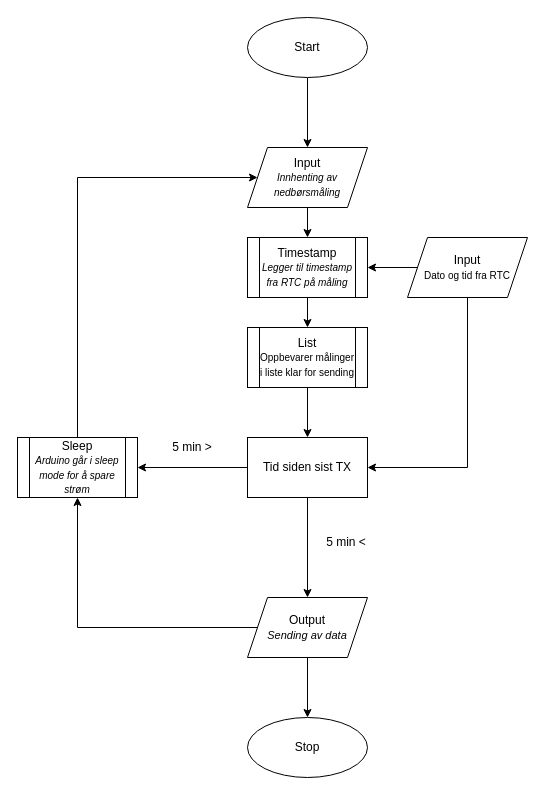
This is skisseArduinoSender.drawio from ring-jostein/rainSensorNetwork, a draw.io file, before an edit. Source tidied: cells renumbered, new cells numbered last; positions are measured from the earlier drawing's top-left corner, leaving out a move shared by most shapes. Both pictures are drawn from the tidied source at 100%, with x=0, y=0 at pixel (17, 17).
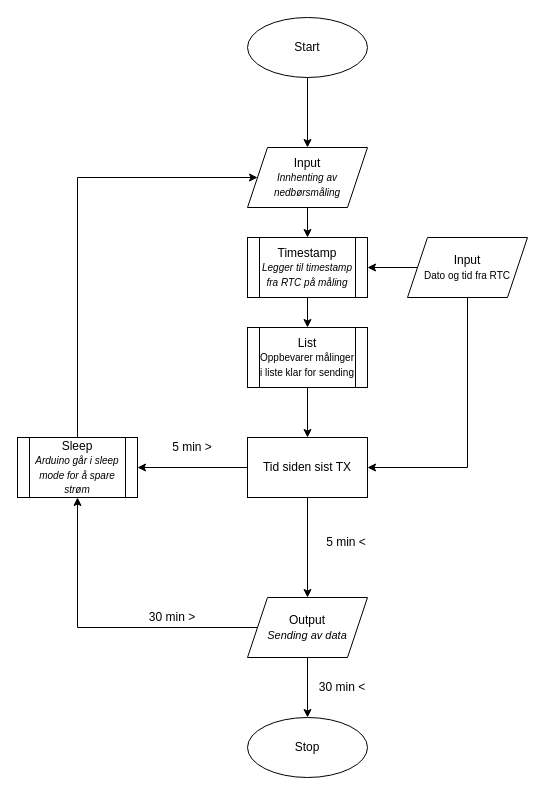
The same page after the edit.

Commit message:
Lagt inn tidsinterveller på sending av data

The edit, as a diff of the source:
```diff
@@
+    <mxCell id="24" value="30 min &amp;gt;" style="text;html=1;strokeColor=none;fillColor=none;align=center;verticalAlign=middle;whiteSpace=wrap;rounded=0;" parent="1" vertex="1">
+      <mxGeometry x="130" y="590" width="50" height="20" as="geometry" />
+    </mxCell>
+    <mxCell id="25" value="30 min &amp;lt;" style="text;html=1;strokeColor=none;fillColor=none;align=center;verticalAlign=middle;whiteSpace=wrap;rounded=0;" parent="1" vertex="1">
+      <mxGeometry x="300" y="660" width="50" height="20" as="geometry" />
+    </mxCell>
```
